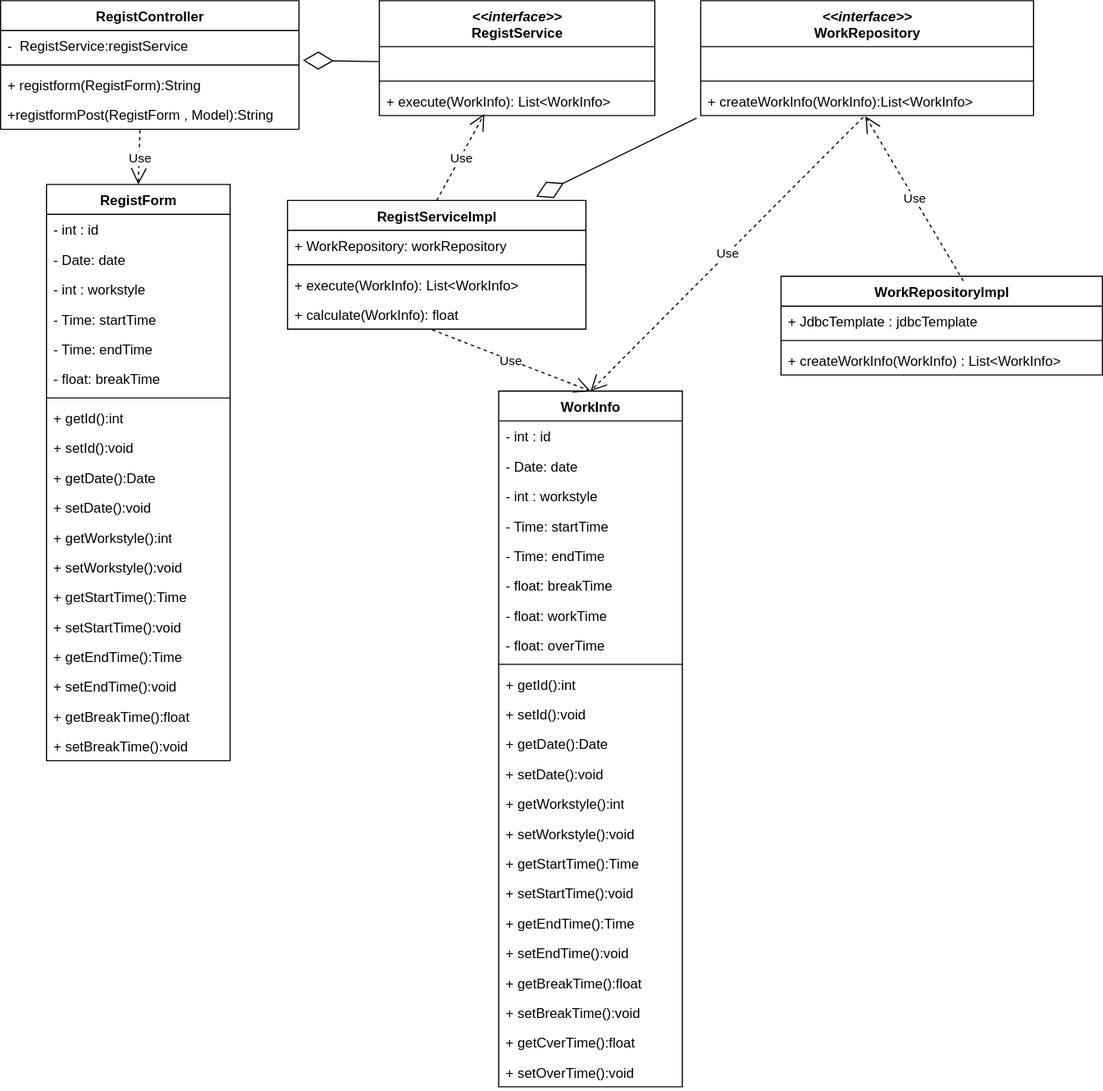
The draw.io diagram 03_詳細設計/クラス図/勤怠登録.drawio.svg in ICT-Training-2026/team-project-15, before a commit. Source tidied: cells renumbered, new cells last; positions are measured from the earlier drawing's top-left corner, leaving out a move shared by most shapes.
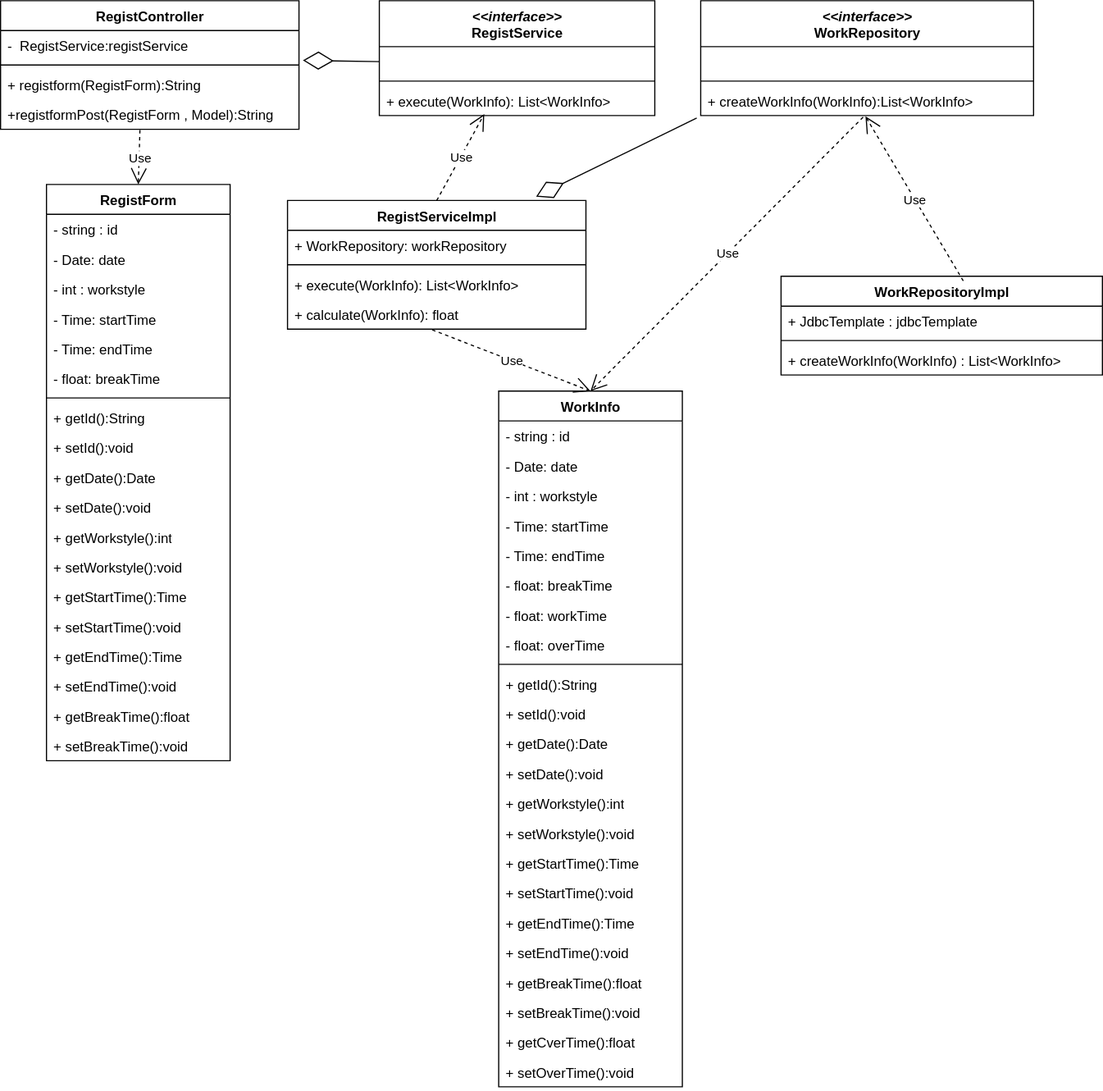
Later version of the same file.

Commit message:
id【int → string】

What changed in the source:
```diff
@@ -20,7 +20,7 @@
     <mxCell id="7" value="RegistForm" style="swimlane;fontStyle=1;align=center;verticalAlign=top;horizontal=1;startSize=26;whiteSpace=wrap;html=1;" parent="1" vertex="1">
       <mxGeometry x="40" y="160" width="160" height="502" as="geometry" />
     </mxCell>
-    <mxCell id="8" value="- int : id" style="text;strokeColor=none;fillColor=none;align=left;verticalAlign=top;spacingLeft=4;spacingRight=4;overflow=hidden;whiteSpace=wrap;html=1;" parent="7" vertex="1">
+    <mxCell id="8" value="- string : id" style="text;strokeColor=none;fillColor=none;align=left;verticalAlign=top;spacingLeft=4;spacingRight=4;overflow=hidden;whiteSpace=wrap;html=1;" parent="7" vertex="1">
       <mxGeometry y="26" width="160" height="26" as="geometry" />
     </mxCell>
     <mxCell id="9" value="- Date: date" style="text;strokeColor=none;fillColor=none;align=left;verticalAlign=top;spacingLeft=4;spacingRight=4;overflow=hidden;whiteSpace=wrap;html=1;" parent="7" vertex="1">
@@ -41,7 +41,7 @@
     <mxCell id="14" style="line;strokeWidth=1;fillColor=none;align=left;verticalAlign=middle;spacingTop=-1;spacingLeft=3;spacingRight=3;labelPosition=right;strokeColor=inherit;" parent="7" vertex="1">
       <mxGeometry y="182" width="160" height="8" as="geometry" />
     </mxCell>
-    <mxCell id="15" value="+ getId():int" style="text;strokeColor=none;fillColor=none;align=left;verticalAlign=top;spacingLeft=4;spacingRight=4;overflow=hidden;whiteSpace=wrap;html=1;" parent="7" vertex="1">
+    <mxCell id="15" value="+ getId():String" style="text;strokeColor=none;fillColor=none;align=left;verticalAlign=top;spacingLeft=4;spacingRight=4;overflow=hidden;whiteSpace=wrap;html=1;" parent="7" vertex="1">
       <mxGeometry y="190" width="160" height="26" as="geometry" />
     </mxCell>
     <mxCell id="16" value="+ setId():void" style="text;strokeColor=none;fillColor=none;align=left;verticalAlign=top;spacingLeft=4;spacingRight=4;overflow=hidden;whiteSpace=wrap;html=1;" parent="7" vertex="1">
@@ -143,7 +143,7 @@
     <mxCell id="48" value="WorkInfo" style="swimlane;fontStyle=1;align=center;verticalAlign=top;horizontal=1;startSize=26;whiteSpace=wrap;html=1;" parent="1" vertex="1">
       <mxGeometry x="434" y="340" width="160" height="606" as="geometry" />
     </mxCell>
-    <mxCell id="49" value="- int : id" style="text;strokeColor=none;fillColor=none;align=left;verticalAlign=top;spacingLeft=4;spacingRight=4;overflow=hidden;whiteSpace=wrap;html=1;" parent="48" vertex="1">
+    <mxCell id="49" value="- string : id" style="text;strokeColor=none;fillColor=none;align=left;verticalAlign=top;spacingLeft=4;spacingRight=4;overflow=hidden;whiteSpace=wrap;html=1;" parent="48" vertex="1">
       <mxGeometry y="26" width="160" height="26" as="geometry" />
     </mxCell>
     <mxCell id="50" value="- Date: date" style="text;strokeColor=none;fillColor=none;align=left;verticalAlign=top;spacingLeft=4;spacingRight=4;overflow=hidden;whiteSpace=wrap;html=1;" parent="48" vertex="1">
@@ -170,7 +170,7 @@
     <mxCell id="57" style="line;strokeWidth=1;fillColor=none;align=left;verticalAlign=middle;spacingTop=-1;spacingLeft=3;spacingRight=3;labelPosition=right;strokeColor=inherit;" parent="48" vertex="1">
       <mxGeometry y="234" width="160" height="8" as="geometry" />
     </mxCell>
-    <mxCell id="58" value="+ getId():int" style="text;strokeColor=none;fillColor=none;align=left;verticalAlign=top;spacingLeft=4;spacingRight=4;overflow=hidden;whiteSpace=wrap;html=1;" parent="48" vertex="1">
+    <mxCell id="58" value="+ getId():String" style="text;strokeColor=none;fillColor=none;align=left;verticalAlign=top;spacingLeft=4;spacingRight=4;overflow=hidden;whiteSpace=wrap;html=1;" parent="48" vertex="1">
       <mxGeometry y="242" width="160" height="26" as="geometry" />
     </mxCell>
     <mxCell id="59" value="+ setId():void" style="text;strokeColor=none;fillColor=none;align=left;verticalAlign=top;spacingLeft=4;spacingRight=4;overflow=hidden;whiteSpace=wrap;html=1;" parent="48" vertex="1">
```
